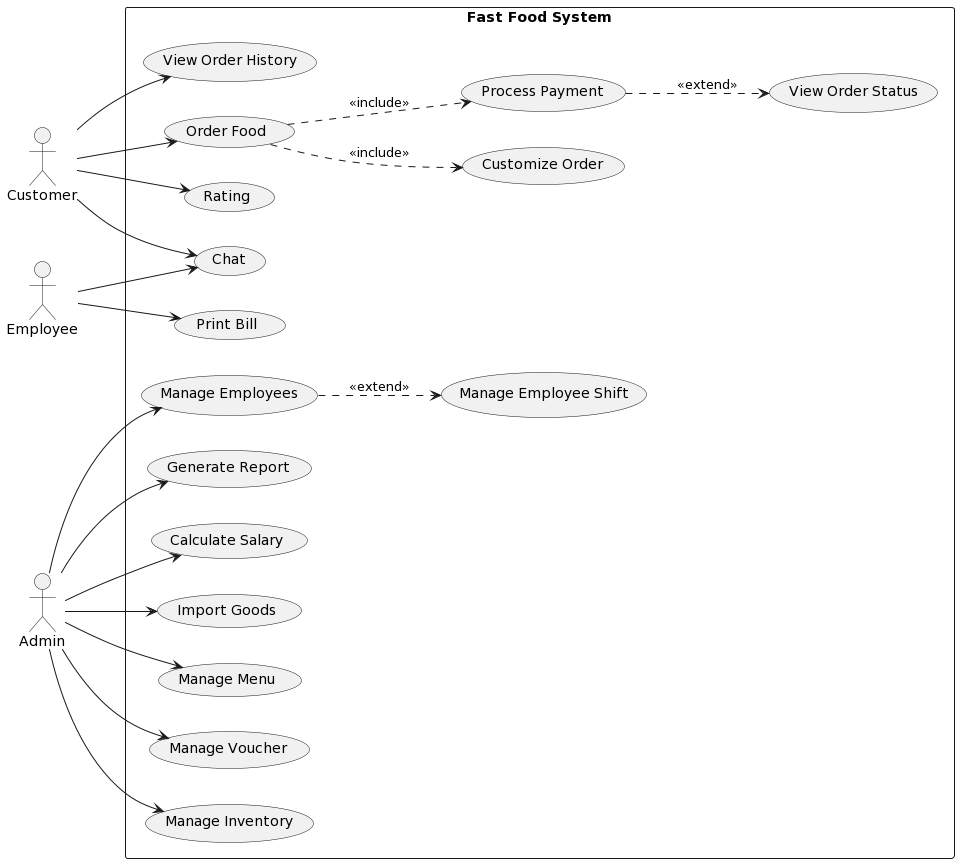
Earlier version of the PlantUML export Lab 1.2/Use-case Diagram/Use-case Diagram.png (VietQuoc29/SE357-Pratice-class).
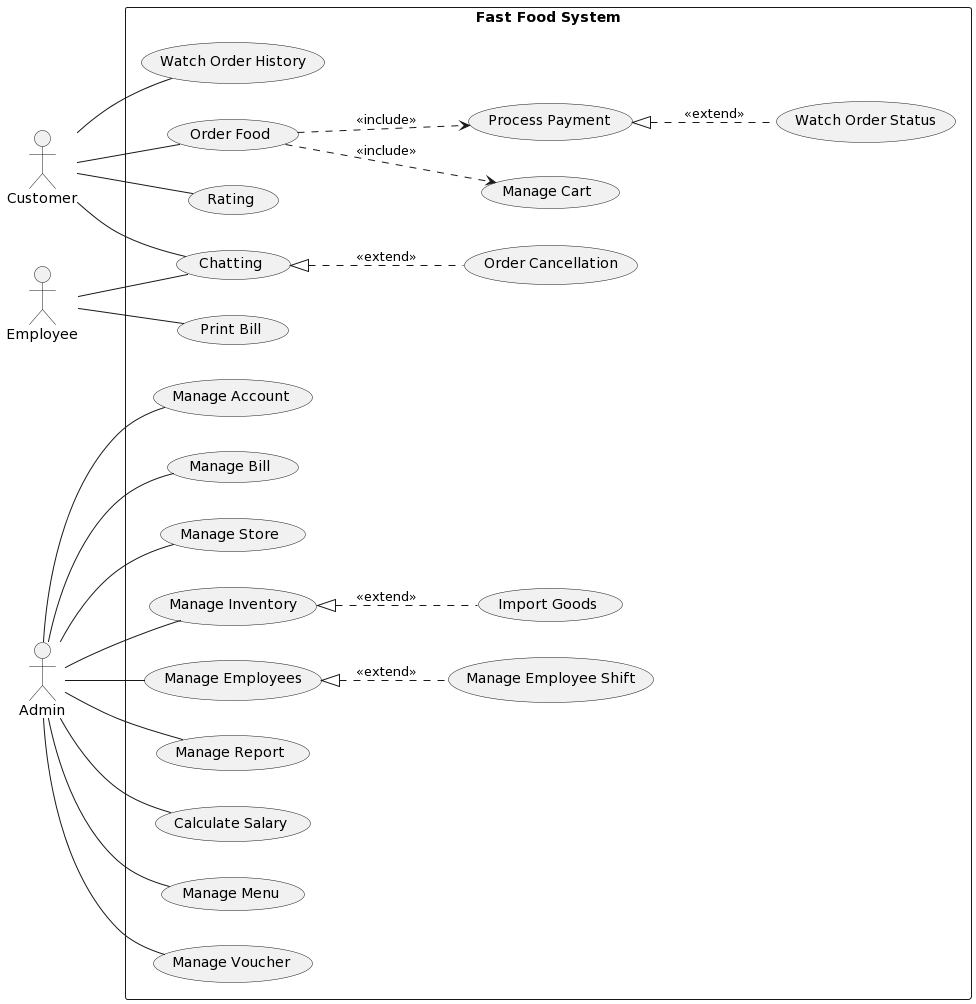
Later version of the same file.

Diff of the diagram source:
```diff
@@ -8,41 +8,49 @@
 
 rectangle "Fast Food System" {
   usecase (Order Food) as UC1
-  usecase (Customize Order) as UC2
+  usecase (Manage Cart) as UC2
   usecase (Process Payment) as UC3
-  usecase (View Order Status) as UC4
-  usecase (Chat) as UC5
+  usecase (Watch Order Status) as UC4
+  usecase (Chatting) as UC5
   usecase (Rating) as UC6
   usecase (Print Bill) as UC7
   usecase (Manage Inventory) as UC8
   usecase (Manage Employees) as UC9
-  usecase (Generate Report) as UC10
+  usecase (Manage Report) as UC10
   usecase (Calculate Salary) as UC11
   usecase (Import Goods) as UC12
   usecase (Manage Employee Shift) as UC13
   usecase (Manage Menu) as UC14
-  usecase (View Order History) as UC15
+  usecase (Watch Order History) as UC15
   usecase (Manage Voucher) as UC16
+  usecase (Manage Account) as UC17
+  usecase (Manage Bill) as UC18
+  usecase (Manage Store) as UC19
+  usecase (Order Cancellation) as UC20
 }
 
-A --> UC8
-A --> UC9
-A --> UC10
-A --> UC11
-A --> UC12
-A --> UC14
-A --> UC16
+A -- UC8
+A -- UC9
+A -- UC10
+A -- UC11
+A -- UC14
+A -- UC16
+A -- UC17
+A -- UC18
+A -- UC19
 
-E --> UC5
-E --> UC7
+E -- UC5
+E -- UC7
 
-C --> UC1
-C --> UC5
-C --> UC6
-C --> UC15
+C -- UC1
+C -- UC5
+C -- UC6
+C -- UC15
 
 UC1 ..> UC2 : <<include>>
 UC1 ..> UC3 : <<include>>
-UC3 ..> UC4 : <<extend>>
-UC9 ..> UC13: <<extend>>
+UC3 <|.. UC4 : <<extend>>
+UC9 <|.. UC13: <<extend>>
+UC8 <|.. UC12: <<extend>>
+UC5 <|.. UC20: <<extend>>
 @enduml
```
